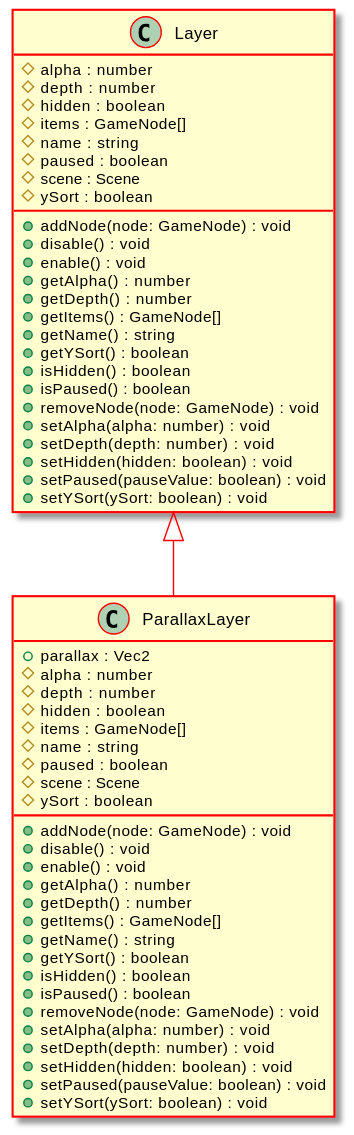
Test123938/Test2 keeps this PlantUML diagram as docs/api/assets/Layer-umlClassDiagram-6217.svg. Above is the earlier version. The source it was exported from:
```plantuml
@startuml
skinparam ClassArrowColor #ff0000
skinparam ClassBorderColor #ff0000
skinparam BackgroundColor transparent
hide empty methods
hide empty fields
class "Layer" {
    #alpha : number
    #depth : number
    #hidden : boolean
    #items : GameNode[]
    #name : string
    #paused : boolean
    #scene : Scene
    #ySort : boolean
    +addNode(node: GameNode) : void
    +disable() : void
    +enable() : void
    +getAlpha() : number
    +getDepth() : number
    +getItems() : GameNode[]
    +getName() : string
    +getYSort() : boolean
    +isHidden() : boolean
    +isPaused() : boolean
    +removeNode(node: GameNode) : void
    +setAlpha(alpha: number) : void
    +setDepth(depth: number) : void
    +setHidden(hidden: boolean) : void
    +setPaused(pauseValue: boolean) : void
    +setYSort(ySort: boolean) : void
}
class "ParallaxLayer" {
    +parallax : Vec2
    #alpha : number
    #depth : number
    #hidden : boolean
    #items : GameNode[]
    #name : string
    #paused : boolean
    #scene : Scene
    #ySort : boolean
    +addNode(node: GameNode) : void
    +disable() : void
    +enable() : void
    +getAlpha() : number
    +getDepth() : number
    +getItems() : GameNode[]
    +getName() : string
    +getYSort() : boolean
    +isHidden() : boolean
    +isPaused() : boolean
    +removeNode(node: GameNode) : void
    +setAlpha(alpha: number) : void
    +setDepth(depth: number) : void
    +setHidden(hidden: boolean) : void
    +setPaused(pauseValue: boolean) : void
    +setYSort(ySort: boolean) : void
}
"Layer" <|-- "ParallaxLayer"
@enduml
```
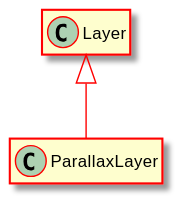
Above is the later version.

Diff of the diagram source:
```diff
@@ -5,57 +5,8 @@
 hide empty methods
 hide empty fields
 class "Layer" {
-    #alpha : number
-    #depth : number
-    #hidden : boolean
-    #items : GameNode[]
-    #name : string
-    #paused : boolean
-    #scene : Scene
-    #ySort : boolean
-    +addNode(node: GameNode) : void
-    +disable() : void
-    +enable() : void
-    +getAlpha() : number
-    +getDepth() : number
-    +getItems() : GameNode[]
-    +getName() : string
-    +getYSort() : boolean
-    +isHidden() : boolean
-    +isPaused() : boolean
-    +removeNode(node: GameNode) : void
-    +setAlpha(alpha: number) : void
-    +setDepth(depth: number) : void
-    +setHidden(hidden: boolean) : void
-    +setPaused(pauseValue: boolean) : void
-    +setYSort(ySort: boolean) : void
 }
 class "ParallaxLayer" {
-    +parallax : Vec2
-    #alpha : number
-    #depth : number
-    #hidden : boolean
-    #items : GameNode[]
-    #name : string
-    #paused : boolean
-    #scene : Scene
-    #ySort : boolean
-    +addNode(node: GameNode) : void
-    +disable() : void
-    +enable() : void
-    +getAlpha() : number
-    +getDepth() : number
-    +getItems() : GameNode[]
-    +getName() : string
-    +getYSort() : boolean
-    +isHidden() : boolean
-    +isPaused() : boolean
-    +removeNode(node: GameNode) : void
-    +setAlpha(alpha: number) : void
-    +setDepth(depth: number) : void
-    +setHidden(hidden: boolean) : void
-    +setPaused(pauseValue: boolean) : void
-    +setYSort(ySort: boolean) : void
 }
 "Layer" <|-- "ParallaxLayer"
 @enduml
```
